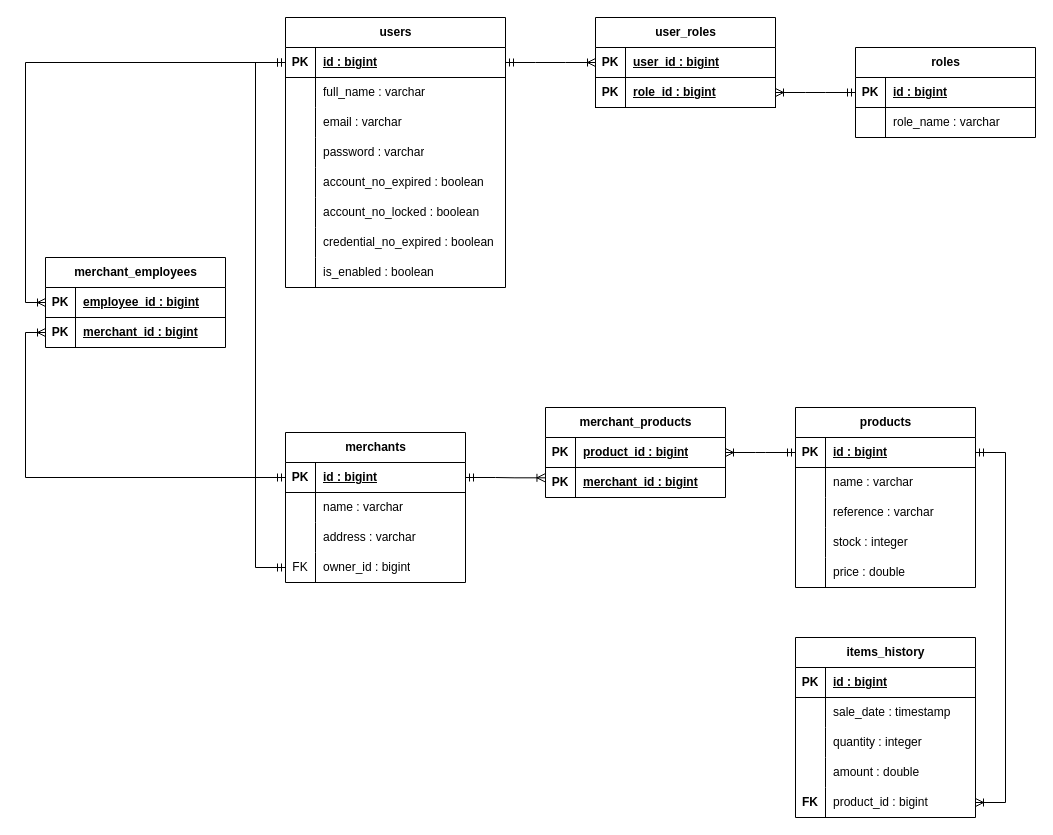
Xxarhabia/Mercabox keeps this draw.io diagram as designs/MerchantDataModeler.drawio. Above is the earlier version. Source tidied: cells renumbered, new cells numbered last; positions are measured from the earlier drawing's top-left corner, leaving out a move shared by most shapes. Both pictures are drawn from the tidied source at 100%, with x=0, y=0 at pixel (25, 17).
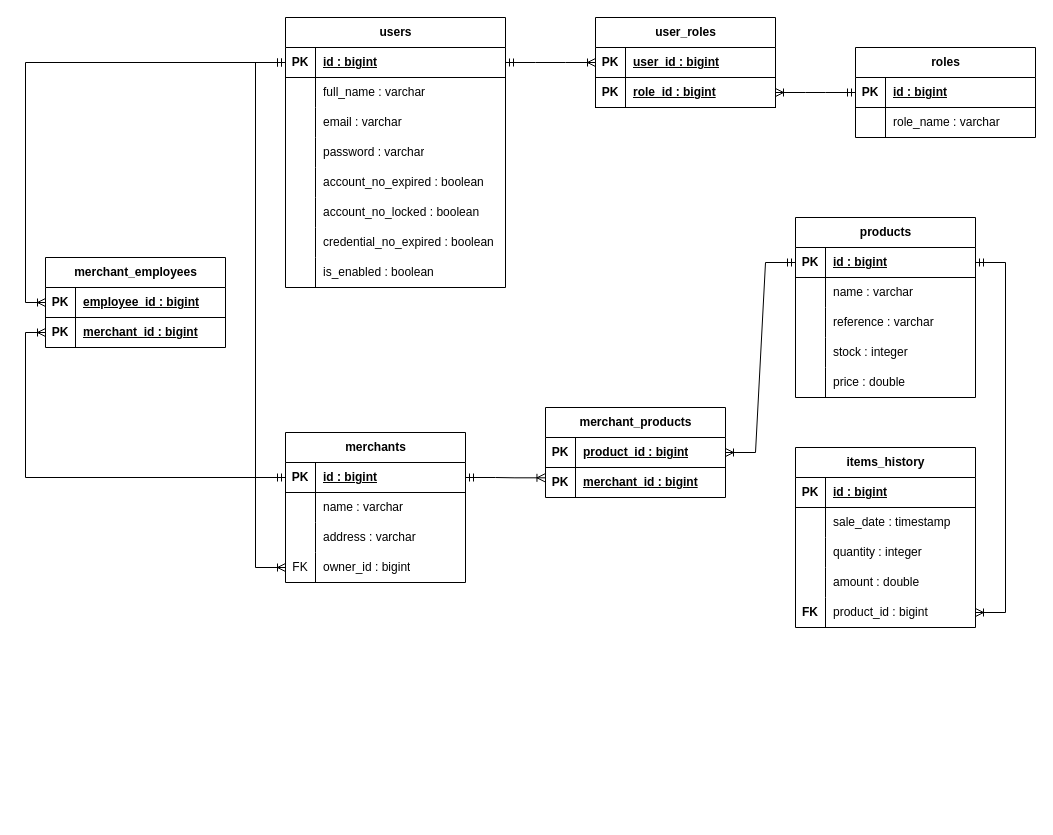
Above is the later version.

Unchanged cells that the change refers to:
```xml
<mxCell id="3" style="shape=tableRow;horizontal=0;startSize=0;swimlaneHead=0;swimlaneBody=0;fillColor=none;points=[[0,0.5],[1,0.5]];portConstraint=eastwest;top=0;left=0;right=0;bottom=1;" parent="2" vertex="1">
  <mxGeometry y="30" width="220" height="30" as="geometry" />
</mxCell>
<mxCell id="53" style="shape=tableRow;horizontal=0;startSize=0;swimlaneHead=0;swimlaneBody=0;fillColor=none;points=[[0,0.5],[1,0.5]];portConstraint=eastwest;top=0;left=0;right=0;bottom=0;" parent="43" vertex="1">
  <mxGeometry y="120" width="180" height="30" as="geometry" />
</mxCell>
<mxCell id="67" style="shape=tableRow;horizontal=0;startSize=0;swimlaneHead=0;swimlaneBody=0;fillColor=none;points=[[0,0.5],[1,0.5]];portConstraint=eastwest;top=0;left=0;right=0;bottom=1;" parent="66" vertex="1">
  <mxGeometry y="30" width="180" height="30" as="geometry" />
</mxCell>
<mxCell id="104" style="shape=tableRow;horizontal=0;startSize=0;swimlaneHead=0;swimlaneBody=0;fillColor=none;points=[[0,0.5],[1,0.5]];portConstraint=eastwest;top=0;left=0;right=0;bottom=0;" parent="91" vertex="1">
  <mxGeometry y="150" width="180" height="30" as="geometry" />
</mxCell>
```

Diff of the diagram source:
```diff
@@
-    <mxCell id="65" style="edgeStyle=orthogonalEdgeStyle;fontSize=12;html=1;endArrow=ERmandOne;startArrow=ERmandOne;rounded=0;entryX=0;entryY=0.5;entryDx=0;entryDy=0;exitX=0;exitY=0.5;exitDx=0;exitDy=0;" parent="1" edge="1" source="53" target="3">
-      <mxGeometry relative="1" as="geometry">
-        <Array as="points">
-          <mxPoint x="230" y="550" />
-          <mxPoint x="230" y="45" />
-        </Array>
-      </mxGeometry>
-    </mxCell>
     <mxCell id="66" value="products" style="shape=table;startSize=30;childLayout=tableLayout;rowLines=0;fontStyle=1;align=center;html=1;" parent="1" vertex="1">
-      <mxGeometry x="770" y="390" width="180" height="180" as="geometry" />
+      <mxGeometry x="770" y="200" width="180" height="180" as="geometry" />
     </mxCell>
@@
     <mxCell id="91" value="items_history" style="shape=table;startSize=30;childLayout=tableLayout;rowLines=0;fontStyle=1;align=center;html=1;" parent="1" vertex="1">
-      <mxGeometry x="770" y="620" width="180" height="180" as="geometry" />
+      <mxGeometry x="770" y="430" width="180" height="180" as="geometry" />
     </mxCell>
@@
     <mxCell id="107" style="edgeStyle=entityRelationEdgeStyle;fontSize=12;html=1;endArrow=ERoneToMany;startArrow=ERmandOne;rounded=0;exitX=1;exitY=0.5;exitDx=0;exitDy=0;entryX=1;entryY=0.5;entryDx=0;entryDy=0;" parent="1" edge="1" source="67" target="104">
       <mxGeometry relative="1" as="geometry">
         <Array as="points">
-          <mxPoint x="960" y="590" />
+          <mxPoint x="960" y="400" />
         </Array>
       </mxGeometry>
     </mxCell>
+    <mxCell id="108" style="edgeStyle=orthogonalEdgeStyle;fontSize=12;html=1;endArrow=ERoneToMany;startArrow=ERmandOne;rounded=0;exitX=0;exitY=0.5;exitDx=0;exitDy=0;entryX=0;entryY=0.5;entryDx=0;entryDy=0;" parent="1" edge="1" source="3" target="53">
+      <mxGeometry relative="1" as="geometry">
+        <Array as="points">
+          <mxPoint x="230" y="45" />
+          <mxPoint x="230" y="550" />
+        </Array>
+      </mxGeometry>
+    </mxCell>
```
